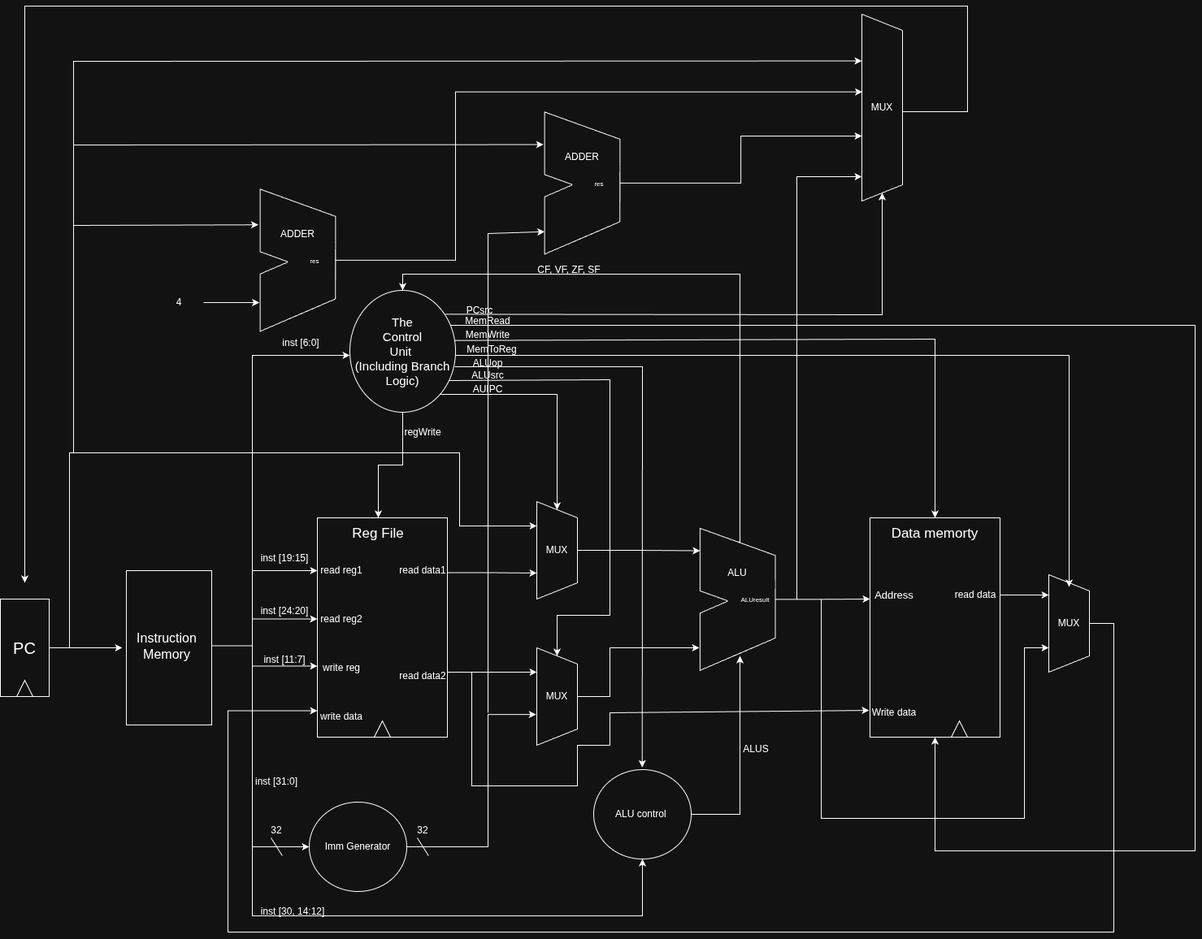
Before: Assets/datapath.png, a diagram exported from draw.io (marcelinoSamer/pipelined_RV32ICPU). Source tidied: cells renumbered, new cells last; positions are measured from the earlier drawing's top-left corner, leaving out a move shared by most shapes.
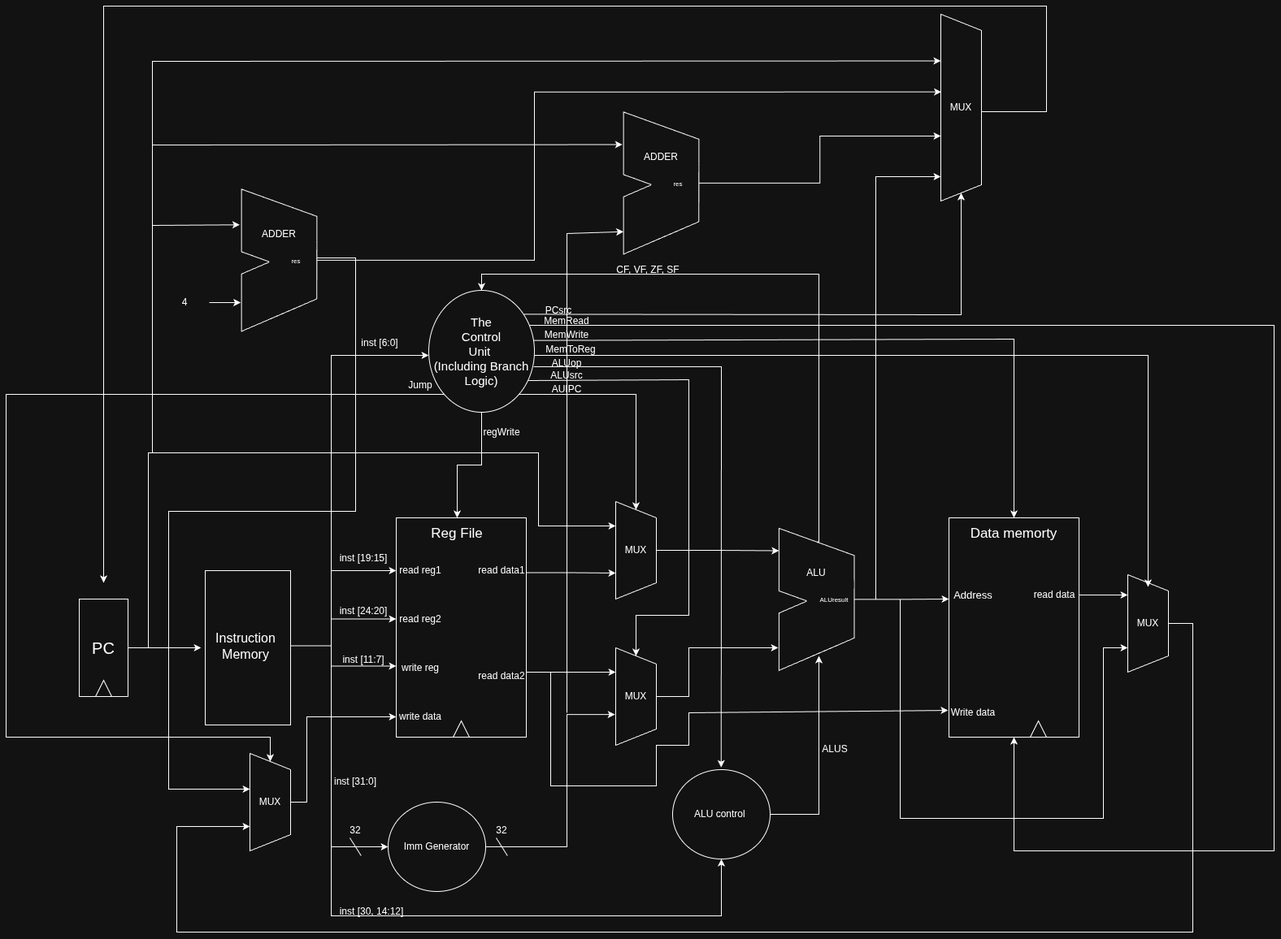
The same diagram one commit later.

The edit, as a diff of the source:
```diff
@@ -86,6 +86,15 @@
     <mxCell id="22" style="edgeStyle=orthogonalEdgeStyle;rounded=0;jettySize=auto;html=1;entryX=0.5;entryY=0;entryDx=0;entryDy=0;" parent="1" edge="1" source="23" target="10">
       <mxGeometry relative="1" as="geometry" />
     </mxCell>
+    <mxCell id="108" style="edgeStyle=orthogonalEdgeStyle;rounded=0;jettySize=auto;html=1;exitX=0;exitY=1;exitDx=0;exitDy=0;entryX=0;entryY=0.5;entryDx=0;entryDy=0;" parent="1" edge="1" source="23" target="110">
+      <mxGeometry relative="1" as="geometry">
+        <Array as="points">
+          <mxPoint x="-90" y="478" />
+          <mxPoint x="-90" y="900" />
+          <mxPoint x="235" y="900" />
+        </Array>
+      </mxGeometry>
+    </mxCell>
     <mxCell id="23" value="&lt;font style=&quot;font-size: 15px;&quot;&gt;The&lt;/font&gt;&lt;div&gt;&lt;font style=&quot;font-size: 15px;&quot;&gt;Control&lt;/font&gt;&lt;/div&gt;&lt;div&gt;&lt;font style=&quot;font-size: 15px;&quot;&gt;Unit&amp;nbsp;&lt;/font&gt;&lt;/div&gt;&lt;div&gt;&lt;font style=&quot;font-size: 15px;&quot;&gt;(Including Branch Logic)&lt;/font&gt;&lt;/div&gt;" style="ellipse;whiteSpace=wrap;html=1;" parent="1" vertex="1">
       <mxGeometry x="430" y="350" width="130" height="150" as="geometry" />
     </mxCell>
@@ -281,13 +290,13 @@
     <mxCell id="65" value="read data" style="text;html=1;whiteSpace=wrap;strokeColor=none;fillColor=none;align=center;verticalAlign=middle;rounded=0;" parent="1" vertex="1">
       <mxGeometry x="1170" y="710" width="60" height="30" as="geometry" />
     </mxCell>
-    <mxCell id="66" style="edgeStyle=orthogonalEdgeStyle;rounded=0;jettySize=auto;html=1;entryX=0;entryY=0.25;entryDx=0;entryDy=0;" parent="1" edge="1" source="67" target="71">
+    <mxCell id="66" style="edgeStyle=orthogonalEdgeStyle;rounded=0;jettySize=auto;html=1;entryX=0.75;entryY=1;entryDx=0;entryDy=0;" parent="1" edge="1" source="67" target="110">
       <mxGeometry relative="1" as="geometry">
         <Array as="points">
           <mxPoint x="1370" y="760" />
           <mxPoint x="1370" y="1140" />
-          <mxPoint x="280" y="1140" />
-          <mxPoint x="280" y="867" />
+          <mxPoint x="120" y="1140" />
+          <mxPoint x="120" y="1010" />
         </Array>
       </mxGeometry>
     </mxCell>
@@ -435,7 +444,7 @@
       <mxGeometry x="560" y="360" width="60" height="30" as="geometry" />
     </mxCell>
     <mxCell id="95" style="group;" parent="1" vertex="1">
-      <mxGeometry x="318.8" y="226.4" width="181.2" height="178.6" as="geometry" />
+      <mxGeometry x="198.8" y="226.4" width="181.2" height="178.6" as="geometry" />
     </mxCell>
     <mxCell id="96" style="group;" parent="95" vertex="1">
       <mxGeometry x="0.8" y="-1" width="92.7" height="175" as="geometry" />
@@ -456,7 +465,7 @@
       <mxGeometry x="42.7" y="76.6" width="50" height="21.8" as="geometry" />
     </mxCell>
     <mxCell id="102" value="4" style="text;html=1;whiteSpace=wrap;strokeColor=none;fillColor=none;align=center;verticalAlign=middle;rounded=0;" parent="1" vertex="1">
-      <mxGeometry x="190" y="350" width="60" height="30" as="geometry" />
+      <mxGeometry x="100" y="350" width="60" height="30" as="geometry" />
     </mxCell>
     <mxCell id="103" style="edgeStyle=none;jettySize=auto;html=1;rounded=0;entryX=0.603;entryY=-0.024;entryDx=0;entryDy=0;entryPerimeter=0;" parent="1" edge="1" target="97">
       <mxGeometry relative="1" as="geometry">
@@ -488,5 +497,29 @@
         </Array>
       </mxGeometry>
     </mxCell>
+    <mxCell id="109" style="edgeStyle=orthogonalEdgeStyle;rounded=0;jettySize=auto;html=1;entryX=0;entryY=0.5;entryDx=0;entryDy=0;" parent="1" edge="1" source="110" target="71">
+      <mxGeometry relative="1" as="geometry">
+        <Array as="points">
+          <mxPoint x="280" y="980" />
+          <mxPoint x="280" y="875" />
+        </Array>
+      </mxGeometry>
+    </mxCell>
+    <mxCell id="110" value="MUX" style="shape=trapezoid;perimeter=trapezoidPerimeter;whiteSpace=wrap;html=1;fixedSize=1;direction=south;" parent="1" vertex="1">
+      <mxGeometry x="210" y="920" width="50" height="120" as="geometry" />
+    </mxCell>
+    <mxCell id="111" style="edgeStyle=orthogonalEdgeStyle;rounded=0;jettySize=auto;html=1;entryX=0.367;entryY=1;entryDx=0;entryDy=0;entryPerimeter=0;" parent="1" edge="1" source="101" target="110">
+      <mxGeometry relative="1" as="geometry">
+        <Array as="points">
+          <mxPoint x="340" y="310" />
+          <mxPoint x="340" y="622" />
+          <mxPoint x="110" y="622" />
+          <mxPoint x="110" y="964" />
+        </Array>
+      </mxGeometry>
+    </mxCell>
+    <mxCell id="112" value="Jump" style="text;html=1;whiteSpace=wrap;strokeColor=none;fillColor=none;align=center;verticalAlign=middle;rounded=0;" parent="1" vertex="1">
+      <mxGeometry x="390" y="452" width="60" height="30" as="geometry" />
+    </mxCell>
   </root>
 </mxGraphModel>
```
